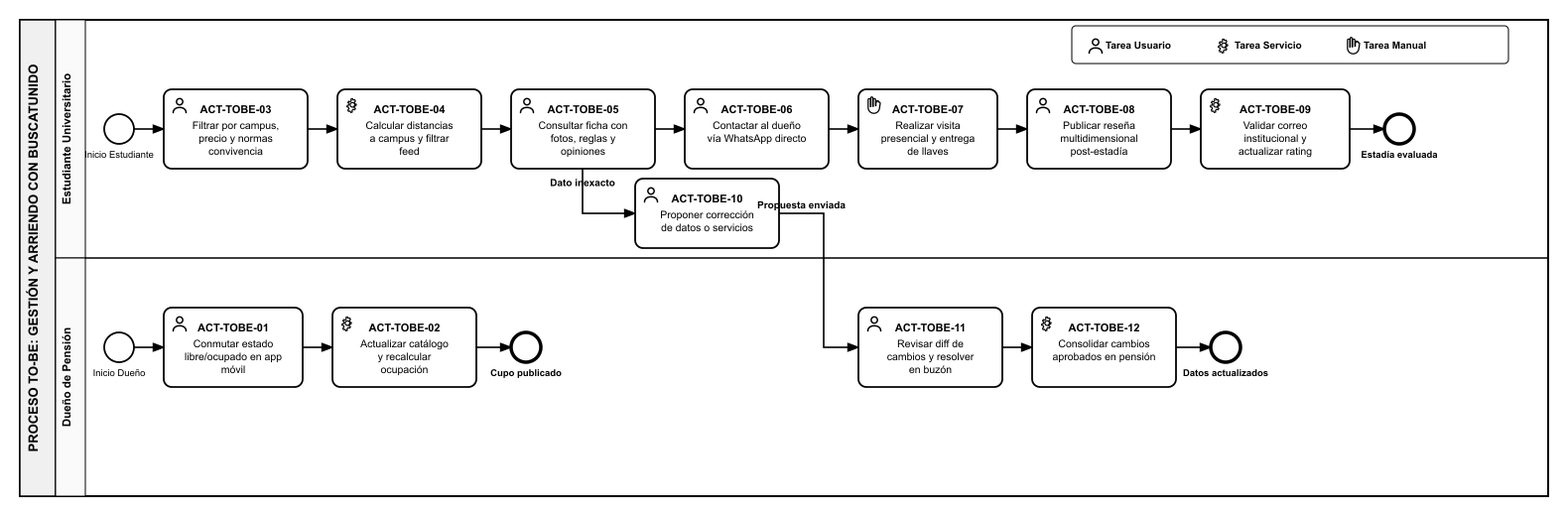
Before: assets/diagramas/to-be.png, a diagram exported from BPMN (busca-tunido-requisitos/entrega-1). Its source is kept beside it as assets/diagramas/to-be.bpmn. Ids are renumbered.
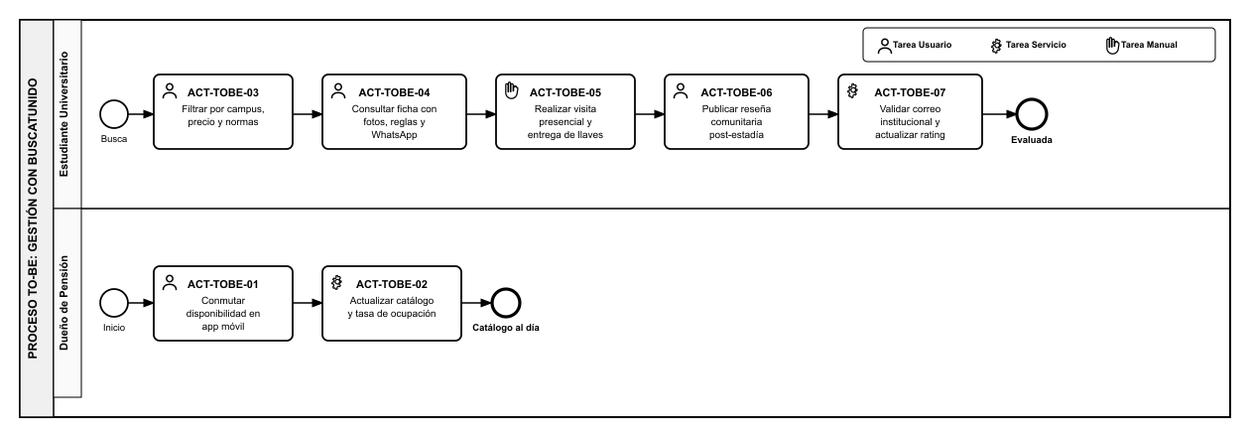
After the change.

What changed in the source:
```diff
@@ -7,7 +7,7 @@
                   exporter="Camunda Modeler"
                   exporterVersion="5.20.0">
   <bpmn:collaboration id="Collaboration_TO_BE">
-    <bpmn:participant id="Participant_TO_BE" name="Búsqueda, Arriendo y Gestión de Pensiones con BuscaTuNido (TO-BE)" processRef="Process_TO_BE" />
+    <bpmn:participant id="Participant_TO_BE" name="Búsqueda, Arriendo y Gestión con BuscaTuNido (TO-BE)" processRef="Process_TO_BE" />
   </bpmn:collaboration>
   <bpmn:process id="Process_TO_BE" isExecutable="false">
     <bpmn:laneSet id="LaneSet_TO_BE">
@@ -18,37 +18,27 @@
         <bpmn:flowNodeRef>ACT_TOBE_05</bpmn:flowNodeRef>
         <bpmn:flowNodeRef>ACT_TOBE_06</bpmn:flowNodeRef>
         <bpmn:flowNodeRef>ACT_TOBE_07</bpmn:flowNodeRef>
-        <bpmn:flowNodeRef>ACT_TOBE_08</bpmn:flowNodeRef>
-        <bpmn:flowNodeRef>ACT_TOBE_09</bpmn:flowNodeRef>
-        <bpmn:flowNodeRef>ACT_TOBE_10</bpmn:flowNodeRef>
-        <bpmn:flowNodeRef>End_CicloEstudiante</bpmn:flowNodeRef>
+        <bpmn:flowNodeRef>End_Estudiante_TOBE</bpmn:flowNodeRef>
       </bpmn:lane>
       <bpmn:lane id="Lane_Dueno_TOBE" name="Dueño de Pensión">
         <bpmn:flowNodeRef>Start_Dueno_TOBE</bpmn:flowNodeRef>
         <bpmn:flowNodeRef>ACT_TOBE_01</bpmn:flowNodeRef>
         <bpmn:flowNodeRef>ACT_TOBE_02</bpmn:flowNodeRef>
-        <bpmn:flowNodeRef>ACT_TOBE_11</bpmn:flowNodeRef>
-        <bpmn:flowNodeRef>ACT_TOBE_12</bpmn:flowNodeRef>
-        <bpmn:flowNodeRef>End_CicloDueno</bpmn:flowNodeRef>
+        <bpmn:flowNodeRef>End_Dueno_TOBE</bpmn:flowNodeRef>
       </bpmn:lane>
     </bpmn:laneSet>
 
-    <bpmn:startEvent id="Start_Dueno_TOBE" name="Cambio de estado o cupo" />
+    <bpmn:startEvent id="Start_Dueno_TOBE" name="Vacancia o cambio" />
     <bpmn:userTask id="ACT_TOBE_01" name="ACT-TOBE-01: Conmutar disponibilidad de habitación en app móvil" />
-    <bpmn:serviceTask id="ACT_TOBE_02" name="ACT-TOBE-02: Actualizar catálogo y recalcular tasa de ocupación" />
+    <bpmn:serviceTask id="ACT_TOBE_02" name="ACT-TOBE-02: Actualizar catálogo y recalcular ocupación" />
+    <bpmn:endEvent id="End_Dueno_TOBE" name="Oferta actualizada" />
 
-    <bpmn:startEvent id="Start_Estudiante_TOBE" name="Búsqueda de alojamiento universitario" />
-    <bpmn:userTask id="ACT_TOBE_03" name="ACT-TOBE-03: Filtrar catálogo por campus, rango de precio y normas" />
-    <bpmn:serviceTask id="ACT_TOBE_04" name="ACT-TOBE-04: Calcular distancias a campus y filtrar en tiempo real" />
-    <bpmn:userTask id="ACT_TOBE_05" name="ACT-TOBE-05: Consultar ficha con fotos, reglas, servicios y opiniones" />
-    <bpmn:userTask id="ACT_TOBE_06" name="ACT-TOBE-06: Contactar al dueño vía WhatsApp directo" />
-    <bpmn:manualTask id="ACT_TOBE_07" name="ACT-TOBE-07: Realizar visita presencial y entrega de llaves" />
-    <bpmn:userTask id="ACT_TOBE_08" name="ACT-TOBE-08: Publicar reseña multidimensional post-estadía" />
-    <bpmn:serviceTask id="ACT_TOBE_09" name="ACT-TOBE-09: Validar correo institucional y actualizar calificación" />
-    <bpmn:userTask id="ACT_TOBE_10" name="ACT-TOBE-10: Proponer corrección de datos desactualizados" />
-    <bpmn:userTask id="ACT_TOBE_11" name="ACT-TOBE-11: Revisar diff de propuesta en buzón y resolver" />
-    <bpmn:serviceTask id="ACT_TOBE_12" name="ACT-TOBE-12: Aplicar y consolidar cambios aprobados en la pensión" />
-    <bpmn:endEvent id="End_CicloEstudiante" name="Estadía evaluada" />
-    <bpmn:endEvent id="End_CicloDueno" name="Pensión actualizada" />
+    <bpmn:startEvent id="Start_Estudiante_TOBE" name="Busca pensión" />
+    <bpmn:userTask id="ACT_TOBE_03" name="ACT-TOBE-03: Filtrar catálogo por campus, precio y normas" />
+    <bpmn:userTask id="ACT_TOBE_04" name="ACT-TOBE-04: Consultar ficha con fotos, reglas y WhatsApp directo" />
+    <bpmn:manualTask id="ACT_TOBE_05" name="ACT-TOBE-05: Realizar visita presencial y entrega de llaves" />
+    <bpmn:userTask id="ACT_TOBE_06" name="ACT-TOBE-06: Publicar reseña comunitaria post-estadía" />
+    <bpmn:serviceTask id="ACT_TOBE_07" name="ACT-TOBE-07: Validar correo institucional y actualizar calificación" />
+    <bpmn:endEvent id="End_Estudiante_TOBE" name="Estadía evaluada" />
   </bpmn:process>
 </bpmn:definitions>
```
